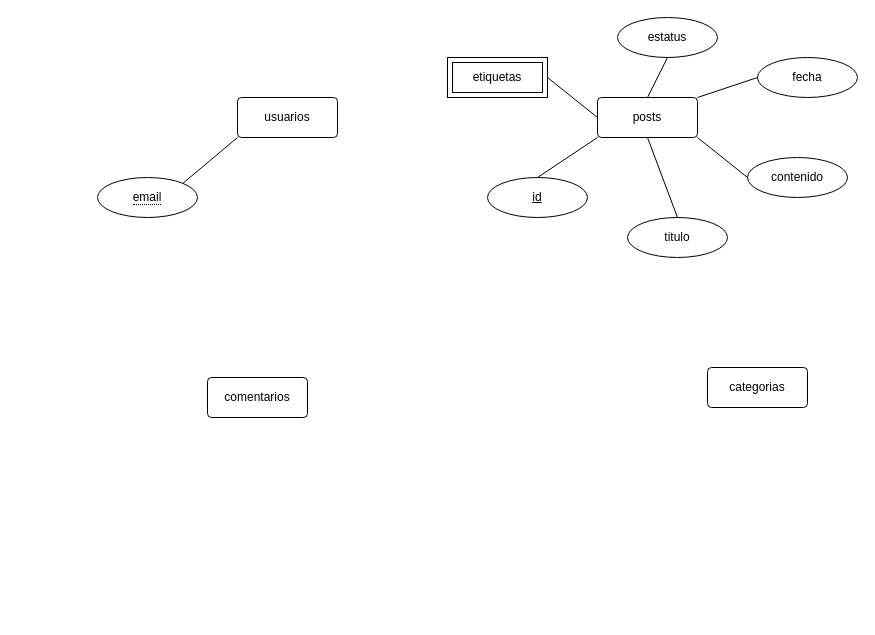
Before: diagrams/blogs.drawio in andresflorez0799/platzi-fundamentosbd, a draw.io diagram. Source tidied: cells renumbered, new cells numbered last; positions are measured from the earlier drawing's top-left corner, leaving out a move shared by most shapes. Both pictures are drawn from the tidied source at 100%, with x=0, y=0 at pixel (97, 17).
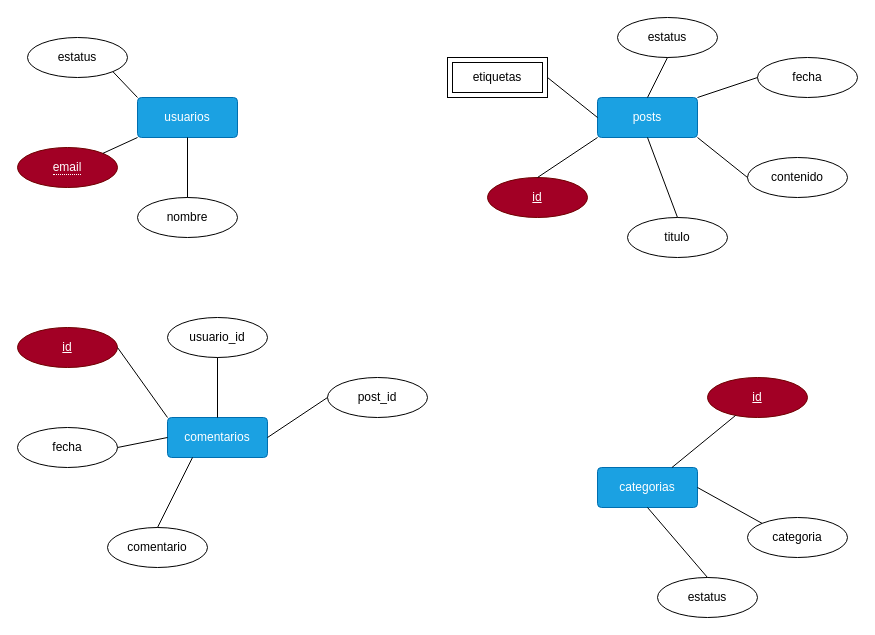
After the change.

The edit, as a diff of the source:
```diff
@@
-    <mxCell id="2" value="usuarios" style="rounded=1;arcSize=10;whiteSpace=wrap;html=1;align=center;" parent="1" vertex="1">
-      <mxGeometry x="140" y="80" width="100" height="40" as="geometry" />
+    <mxCell id="2" value="usuarios" style="rounded=1;arcSize=10;whiteSpace=wrap;html=1;align=center;fillColor=#1ba1e2;fontColor=#ffffff;strokeColor=#006EAF;" parent="1" vertex="1">
+      <mxGeometry x="40" y="80" width="100" height="40" as="geometry" />
     </mxCell>
-    <mxCell id="3" value="posts" style="rounded=1;arcSize=10;whiteSpace=wrap;html=1;align=center;" parent="1" vertex="1">
+    <mxCell id="3" value="posts" style="rounded=1;arcSize=10;whiteSpace=wrap;html=1;align=center;fillColor=#1ba1e2;fontColor=#ffffff;strokeColor=#006EAF;" parent="1" vertex="1">
       <mxGeometry x="500" y="80" width="100" height="40" as="geometry" />
     </mxCell>
-    <mxCell id="4" value="comentarios" style="rounded=1;arcSize=10;whiteSpace=wrap;html=1;align=center;" parent="1" vertex="1">
-      <mxGeometry x="110" y="360" width="100" height="40" as="geometry" />
+    <mxCell id="4" value="comentarios" style="rounded=1;arcSize=10;whiteSpace=wrap;html=1;align=center;fillColor=#1ba1e2;fontColor=#ffffff;strokeColor=#006EAF;" parent="1" vertex="1">
+      <mxGeometry x="70" y="400" width="100" height="40" as="geometry" />
     </mxCell>
-    <mxCell id="5" value="categorias" style="rounded=1;arcSize=10;whiteSpace=wrap;html=1;align=center;" parent="1" vertex="1">
-      <mxGeometry x="610" y="350" width="100" height="40" as="geometry" />
+    <mxCell id="5" value="categorias" style="rounded=1;arcSize=10;whiteSpace=wrap;html=1;align=center;fillColor=#1ba1e2;fontColor=#ffffff;strokeColor=#006EAF;" parent="1" vertex="1">
+      <mxGeometry x="500" y="450" width="100" height="40" as="geometry" />
     </mxCell>
-    <mxCell id="6" value="&lt;span style=&quot;border-bottom: 1px dotted&quot;&gt;email&lt;/span&gt;" style="ellipse;whiteSpace=wrap;html=1;align=center;" parent="1" vertex="1">
-      <mxGeometry y="160" width="100" height="40" as="geometry" />
+    <mxCell id="6" value="&lt;span style=&quot;border-bottom: 1px dotted&quot;&gt;email&lt;/span&gt;" style="ellipse;whiteSpace=wrap;html=1;align=center;fillColor=#a20025;fontColor=#ffffff;strokeColor=#6F0000;" parent="1" vertex="1">
+      <mxGeometry x="-80" y="130" width="100" height="40" as="geometry" />
     </mxCell>
@@
-    <mxCell id="8" value="id" style="ellipse;whiteSpace=wrap;html=1;align=center;fontStyle=4;" parent="1" vertex="1">
+    <mxCell id="8" value="id" style="ellipse;whiteSpace=wrap;html=1;align=center;fontStyle=4;fillColor=#a20025;fontColor=#ffffff;strokeColor=#6F0000;" parent="1" vertex="1">
       <mxGeometry x="390" y="160" width="100" height="40" as="geometry" />
     </mxCell>
@@
+    <mxCell id="20" value="nombre" style="ellipse;whiteSpace=wrap;html=1;align=center;" parent="1" vertex="1">
+      <mxGeometry x="40" y="180" width="100" height="40" as="geometry" />
+    </mxCell>
+    <mxCell id="21" value="estatus" style="ellipse;whiteSpace=wrap;html=1;align=center;" parent="1" vertex="1">
+      <mxGeometry x="-70" y="20" width="100" height="40" as="geometry" />
+    </mxCell>
+    <mxCell id="22" style="endArrow=none;html=1;rounded=0;exitX=0;exitY=0;exitDx=0;exitDy=0;entryX=1;entryY=1;entryDx=0;entryDy=0;" parent="1" edge="1" source="2" target="21">
+      <mxGeometry relative="1" as="geometry" />
+    </mxCell>
+    <mxCell id="23" style="endArrow=none;html=1;rounded=0;exitX=0.5;exitY=0;exitDx=0;exitDy=0;entryX=0.5;entryY=1;entryDx=0;entryDy=0;" parent="1" edge="1" source="20" target="2">
+      <mxGeometry relative="1" as="geometry" />
+    </mxCell>
+    <mxCell id="24" value="id" style="ellipse;whiteSpace=wrap;html=1;align=center;fontStyle=4;fillColor=#a20025;fontColor=#ffffff;strokeColor=#6F0000;" parent="1" vertex="1">
+      <mxGeometry x="-80" y="310" width="100" height="40" as="geometry" />
+    </mxCell>
+    <mxCell id="25" value="usuario_id" style="ellipse;whiteSpace=wrap;html=1;align=center;" parent="1" vertex="1">
+      <mxGeometry x="70" y="300" width="100" height="40" as="geometry" />
+    </mxCell>
+    <mxCell id="26" value="fecha" style="ellipse;whiteSpace=wrap;html=1;align=center;" parent="1" vertex="1">
+      <mxGeometry x="-80" y="410" width="100" height="40" as="geometry" />
+    </mxCell>
+    <mxCell id="27" value="comentario" style="ellipse;whiteSpace=wrap;html=1;align=center;" parent="1" vertex="1">
+      <mxGeometry x="10" y="510" width="100" height="40" as="geometry" />
+    </mxCell>
+    <mxCell id="28" style="endArrow=none;html=1;rounded=0;exitX=0.5;exitY=0;exitDx=0;exitDy=0;entryX=0.5;entryY=1;entryDx=0;entryDy=0;" parent="1" edge="1" source="4" target="25">
+      <mxGeometry relative="1" as="geometry" />
+    </mxCell>
+    <mxCell id="29" style="endArrow=none;html=1;rounded=0;exitX=0;exitY=0;exitDx=0;exitDy=0;entryX=1;entryY=0.5;entryDx=0;entryDy=0;" parent="1" edge="1" source="4" target="24">
+      <mxGeometry relative="1" as="geometry" />
+    </mxCell>
+    <mxCell id="30" style="endArrow=none;html=1;rounded=0;exitX=0;exitY=0.5;exitDx=0;exitDy=0;entryX=1;entryY=0.5;entryDx=0;entryDy=0;" parent="1" edge="1" source="4" target="26">
+      <mxGeometry relative="1" as="geometry" />
+    </mxCell>
+    <mxCell id="31" style="endArrow=none;html=1;rounded=0;exitX=0.25;exitY=1;exitDx=0;exitDy=0;entryX=0.5;entryY=0;entryDx=0;entryDy=0;" parent="1" edge="1" source="4" target="27">
+      <mxGeometry relative="1" as="geometry" />
+    </mxCell>
+    <mxCell id="32" value="post_id" style="ellipse;whiteSpace=wrap;html=1;align=center;" parent="1" vertex="1">
+      <mxGeometry x="230" y="360" width="100" height="40" as="geometry" />
+    </mxCell>
+    <mxCell id="33" style="endArrow=none;html=1;rounded=0;exitX=1;exitY=0.5;exitDx=0;exitDy=0;entryX=0;entryY=0.5;entryDx=0;entryDy=0;" parent="1" edge="1" source="4" target="32">
+      <mxGeometry relative="1" as="geometry" />
+    </mxCell>
+    <mxCell id="34" value="id" style="ellipse;whiteSpace=wrap;html=1;align=center;fontStyle=4;fillColor=#a20025;fontColor=#ffffff;strokeColor=#6F0000;" parent="1" vertex="1">
+      <mxGeometry x="610" y="360" width="100" height="40" as="geometry" />
+    </mxCell>
+    <mxCell id="35" style="endArrow=none;html=1;rounded=0;" parent="1" edge="1" source="5" target="34">
+      <mxGeometry relative="1" as="geometry" />
+    </mxCell>
+    <mxCell id="36" value="categoria" style="ellipse;whiteSpace=wrap;html=1;align=center;" parent="1" vertex="1">
+      <mxGeometry x="650" y="500" width="100" height="40" as="geometry" />
+    </mxCell>
+    <mxCell id="37" value="estatus" style="ellipse;whiteSpace=wrap;html=1;align=center;" parent="1" vertex="1">
+      <mxGeometry x="560" y="560" width="100" height="40" as="geometry" />
+    </mxCell>
+    <mxCell id="38" style="endArrow=none;html=1;rounded=0;entryX=0;entryY=0;entryDx=0;entryDy=0;exitX=1;exitY=0.5;exitDx=0;exitDy=0;" parent="1" edge="1" source="5" target="36">
+      <mxGeometry relative="1" as="geometry" />
+    </mxCell>
+    <mxCell id="39" style="endArrow=none;html=1;rounded=0;entryX=0.5;entryY=0;entryDx=0;entryDy=0;exitX=0.5;exitY=1;exitDx=0;exitDy=0;" parent="1" edge="1" source="5" target="37">
+      <mxGeometry relative="1" as="geometry" />
+    </mxCell>
```
